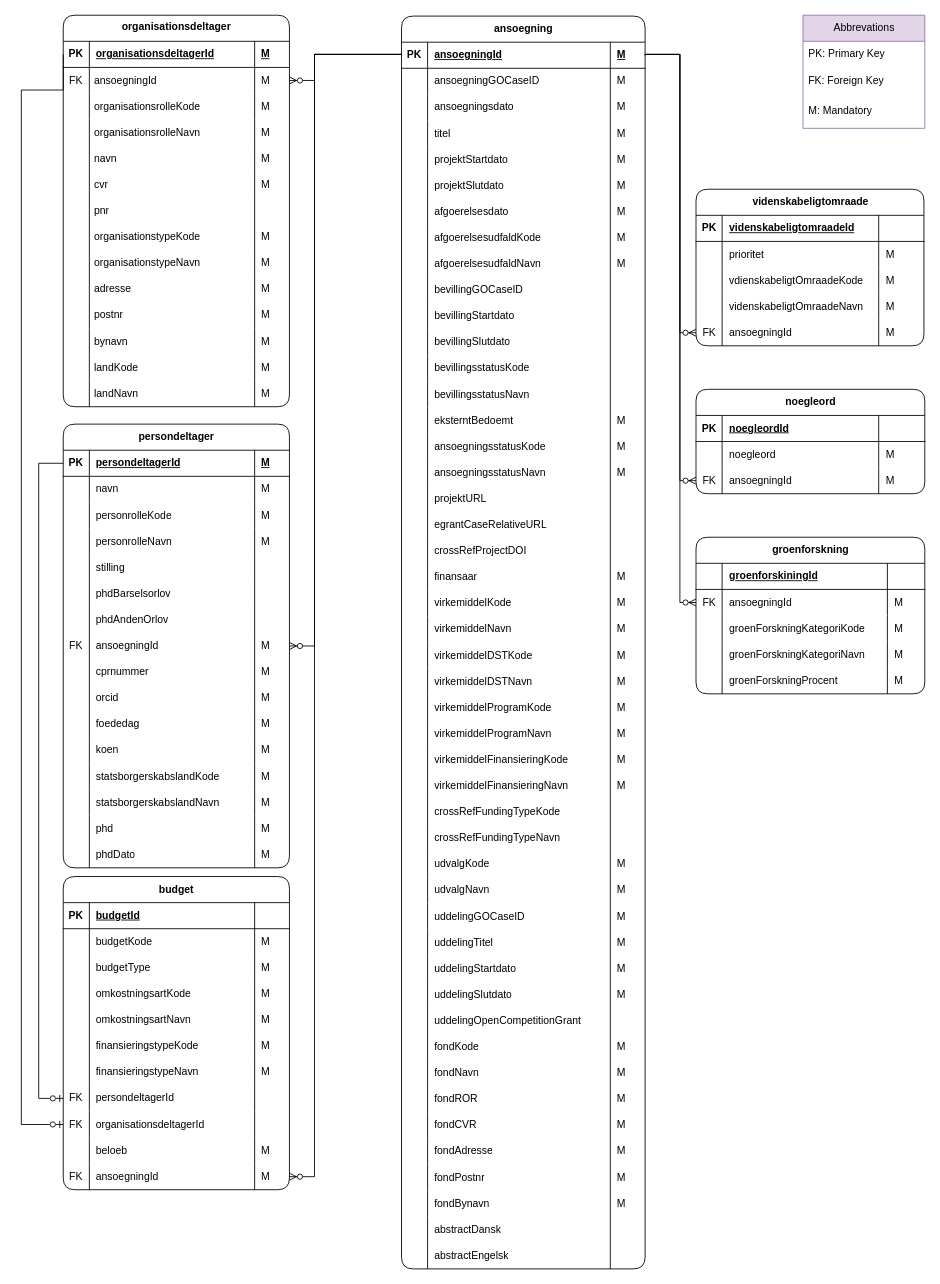
thomas-lange-dk/Grants keeps this draw.io diagram as page "NY Raw" (4 of 5) of Grants model.drawio. Above is the earlier version. Source tidied: cells renumbered, new cells numbered last; positions are measured from the earlier drawing's top-left corner, leaving out a move shared by most shapes. Both pictures are drawn from the tidied source at 87%, with x=0, y=0 at pixel (21, 15).
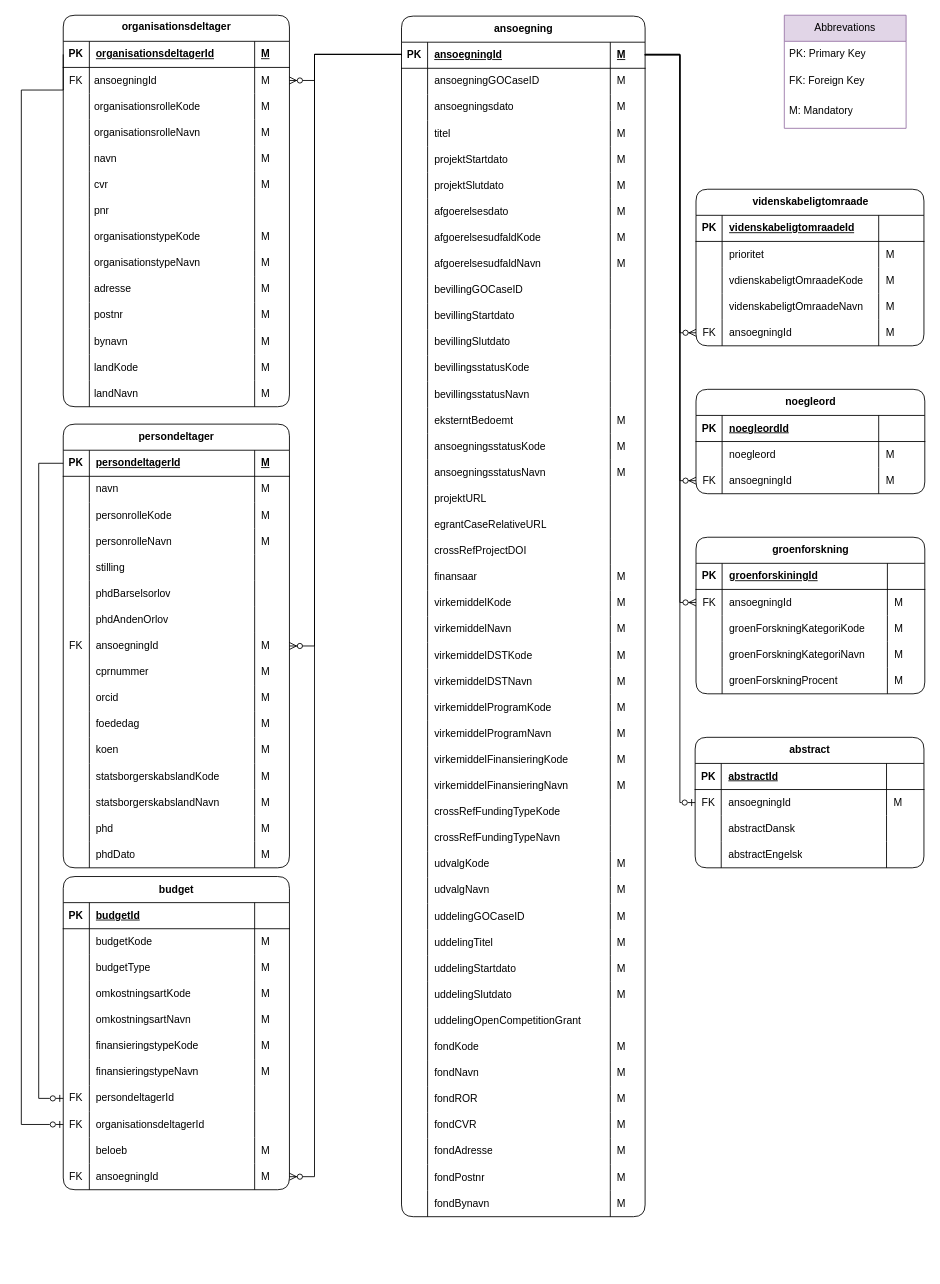
Above is the later version.

Unchanged cells that the change refers to:
```xml
<mxCell id="102" value="M" style="shape=partialRectangle;fillColor=none;top=0;left=0;bottom=0;right=0;align=left;spacingLeft=6;fontStyle=5;overflow=hidden;whiteSpace=wrap;html=1;shadow=0;" parent="99" vertex="1">
  <mxGeometry x="240" width="40" height="30" as="geometry" />
</mxCell>
<mxCell id="404" style="shape=tableRow;horizontal=0;startSize=0;swimlaneHead=0;swimlaneBody=0;fillColor=none;top=0;left=0;right=0;bottom=1;shadow=0;" parent="403" vertex="1">
  <mxGeometry y="30" width="263" height="30" as="geometry" />
</mxCell>
```

Change to the diagram source:
```diff
@@
     <mxCell id="94" value="Abbrevations" style="swimlane;fontStyle=0;horizontal=1;startSize=30;whiteSpace=wrap;html=1;fillColor=#e1d5e7;strokeColor=#9673a6;" parent="1" vertex="1">
-      <mxGeometry x="898.5" width="140" height="130" as="geometry" />
+      <mxGeometry x="877" width="140" height="130" as="geometry" />
     </mxCell>
@@
     <mxCell id="98" value="ansoegning" style="shape=table;startSize=30;childLayout=tableLayout;rowLines=0;fontStyle=1;align=center;html=1;swimlaneLine=1;shadow=0;rounded=1;swimlaneFillColor=none;" parent="1" vertex="1">
-      <mxGeometry x="437" y="1" width="280" height="1440" as="geometry" />
+      <mxGeometry x="437" y="1" width="280" height="1380" as="geometry" />
     </mxCell>
@@
-    <mxCell id="279" style="shape=tableRow;horizontal=0;startSize=0;swimlaneHead=0;swimlaneBody=0;fillColor=none;top=0;left=0;right=0;bottom=0;shadow=0;" parent="98" vertex="1">
-      <mxGeometry y="1380" width="280" height="30" as="geometry" />
-    </mxCell>
-    <mxCell id="280" style="shape=partialRectangle;fillColor=none;top=0;left=0;bottom=0;right=0;overflow=hidden;whiteSpace=wrap;html=1;shadow=0;" parent="279" vertex="1">
-      <mxGeometry width="30" height="30" as="geometry" />
-    </mxCell>
-    <mxCell id="281" value="abstractDansk" style="shape=partialRectangle;fillColor=none;top=0;left=0;bottom=0;right=0;align=left;spacingLeft=6;overflow=hidden;whiteSpace=wrap;html=1;shadow=0;" parent="279" vertex="1">
-      <mxGeometry x="30" width="210" height="30" as="geometry" />
-    </mxCell>
-    <mxCell id="282" style="shape=partialRectangle;fillColor=none;top=0;left=0;bottom=0;right=0;align=left;spacingLeft=6;overflow=hidden;whiteSpace=wrap;html=1;shadow=0;" parent="279" vertex="1">
-      <mxGeometry x="240" width="40" height="30" as="geometry" />
-    </mxCell>
-    <mxCell id="283" style="shape=tableRow;horizontal=0;startSize=0;swimlaneHead=0;swimlaneBody=0;fillColor=none;top=0;left=0;right=0;bottom=0;shadow=0;" parent="98" vertex="1">
-      <mxGeometry y="1410" width="280" height="30" as="geometry" />
-    </mxCell>
-    <mxCell id="284" style="shape=partialRectangle;fillColor=none;top=0;left=0;bottom=0;right=0;overflow=hidden;whiteSpace=wrap;html=1;shadow=0;" parent="283" vertex="1">
-      <mxGeometry width="30" height="30" as="geometry" />
-    </mxCell>
-    <mxCell id="285" value="abstractEngelsk" style="shape=partialRectangle;fillColor=none;top=0;left=0;bottom=0;right=0;align=left;spacingLeft=6;overflow=hidden;whiteSpace=wrap;html=1;shadow=0;" parent="283" vertex="1">
-      <mxGeometry x="30" width="210" height="30" as="geometry" />
-    </mxCell>
-    <mxCell id="286" style="shape=partialRectangle;fillColor=none;top=0;left=0;bottom=0;right=0;align=left;spacingLeft=6;overflow=hidden;whiteSpace=wrap;html=1;shadow=0;" parent="283" vertex="1">
-      <mxGeometry x="240" width="40" height="30" as="geometry" />
-    </mxCell>
@@
-    <mxCell id="405" style="shape=partialRectangle;fillColor=none;top=0;left=0;bottom=0;right=0;fontStyle=1;overflow=hidden;whiteSpace=wrap;html=1;shadow=0;" parent="404" vertex="1">
+    <mxCell id="405" value="PK" style="shape=partialRectangle;fillColor=none;top=0;left=0;bottom=0;right=0;fontStyle=1;overflow=hidden;whiteSpace=wrap;html=1;shadow=0;" parent="404" vertex="1">
       <mxGeometry width="30" height="30" as="geometry" />
     </mxCell>
@@
+    <mxCell id="425" value="abstract" style="shape=table;startSize=30;childLayout=tableLayout;rowLines=0;fontStyle=1;align=center;html=1;shadow=0;rounded=1;" parent="1" vertex="1">
+      <mxGeometry x="774.5" y="830" width="263" height="150" as="geometry" />
+    </mxCell>
+    <mxCell id="426" style="shape=tableRow;horizontal=0;startSize=0;swimlaneHead=0;swimlaneBody=0;fillColor=none;top=0;left=0;right=0;bottom=1;shadow=0;" parent="425" vertex="1">
+      <mxGeometry y="30" width="263" height="30" as="geometry" />
+    </mxCell>
+    <mxCell id="427" value="PK" style="shape=partialRectangle;fillColor=none;top=0;left=0;bottom=0;right=0;fontStyle=1;overflow=hidden;whiteSpace=wrap;html=1;shadow=0;" parent="426" vertex="1">
+      <mxGeometry width="30" height="30" as="geometry" />
+    </mxCell>
+    <mxCell id="428" value="abstractId" style="shape=partialRectangle;fillColor=none;top=0;left=0;bottom=0;right=0;align=left;spacingLeft=6;fontStyle=5;overflow=hidden;whiteSpace=wrap;html=1;shadow=0;" parent="426" vertex="1">
+      <mxGeometry x="30" width="190" height="30" as="geometry" />
+    </mxCell>
+    <mxCell id="429" style="shape=partialRectangle;fillColor=none;top=0;left=0;bottom=0;right=0;align=left;spacingLeft=6;fontStyle=5;overflow=hidden;whiteSpace=wrap;html=1;shadow=0;" parent="426" vertex="1">
+      <mxGeometry x="220" width="43" height="30" as="geometry" />
+    </mxCell>
+    <mxCell id="430" style="shape=tableRow;horizontal=0;startSize=0;swimlaneHead=0;swimlaneBody=0;fillColor=none;points=[[0,0.5],[1,0.5]];portConstraint=eastwest;top=0;left=0;right=0;bottom=0;shadow=0;" parent="425" vertex="1">
+      <mxGeometry y="60" width="263" height="30" as="geometry" />
+    </mxCell>
+    <mxCell id="431" value="FK" style="shape=partialRectangle;fillColor=none;top=0;left=0;bottom=0;right=0;overflow=hidden;whiteSpace=wrap;html=1;shadow=0;" parent="430" vertex="1">
+      <mxGeometry width="30" height="30" as="geometry" />
+    </mxCell>
+    <mxCell id="432" value="ansoegningId" style="shape=partialRectangle;fillColor=none;top=0;left=0;bottom=0;right=0;align=left;spacingLeft=6;overflow=hidden;whiteSpace=wrap;html=1;shadow=0;" parent="430" vertex="1">
+      <mxGeometry x="30" width="190" height="30" as="geometry" />
+    </mxCell>
+    <mxCell id="433" value="M" style="shape=partialRectangle;fillColor=none;top=0;left=0;bottom=0;right=0;align=left;spacingLeft=6;overflow=hidden;whiteSpace=wrap;html=1;shadow=0;" parent="430" vertex="1">
+      <mxGeometry x="220" width="43" height="30" as="geometry" />
+    </mxCell>
+    <mxCell id="434" style="shape=tableRow;horizontal=0;startSize=0;swimlaneHead=0;swimlaneBody=0;fillColor=none;top=0;left=0;right=0;bottom=0;shadow=0;" parent="425" vertex="1">
+      <mxGeometry y="90" width="263" height="30" as="geometry" />
+    </mxCell>
+    <mxCell id="435" style="shape=partialRectangle;fillColor=none;top=0;left=0;bottom=0;right=0;overflow=hidden;whiteSpace=wrap;html=1;shadow=0;" parent="434" vertex="1">
+      <mxGeometry width="30" height="30" as="geometry" />
+    </mxCell>
+    <mxCell id="281" value="abstractDansk" style="shape=partialRectangle;fillColor=none;top=0;left=0;bottom=0;right=0;align=left;spacingLeft=6;overflow=hidden;whiteSpace=wrap;html=1;shadow=0;" parent="434" vertex="1">
+      <mxGeometry x="30" width="190" height="30" as="geometry" />
+    </mxCell>
+    <mxCell id="436" style="shape=partialRectangle;fillColor=none;top=0;left=0;bottom=0;right=0;align=left;spacingLeft=6;overflow=hidden;whiteSpace=wrap;html=1;shadow=0;" parent="434" vertex="1">
+      <mxGeometry x="220" width="43" height="30" as="geometry" />
+    </mxCell>
+    <mxCell id="437" style="shape=tableRow;horizontal=0;startSize=0;swimlaneHead=0;swimlaneBody=0;fillColor=none;top=0;left=0;right=0;bottom=0;shadow=0;" parent="425" vertex="1">
+      <mxGeometry y="120" width="263" height="30" as="geometry" />
+    </mxCell>
+    <mxCell id="438" style="shape=partialRectangle;fillColor=none;top=0;left=0;bottom=0;right=0;overflow=hidden;whiteSpace=wrap;html=1;shadow=0;" parent="437" vertex="1">
+      <mxGeometry width="30" height="30" as="geometry" />
+    </mxCell>
+    <mxCell id="285" value="&lt;span style=&quot;color: rgb(0, 0, 0); font-family: Helvetica; font-size: 12px; font-style: normal; font-variant-ligatures: normal; font-variant-caps: normal; font-weight: 400; letter-spacing: normal; orphans: 2; text-align: left; text-indent: 0px; text-transform: none; widows: 2; word-spacing: 0px; -webkit-text-stroke-width: 0px; white-space: normal; text-decoration-thickness: initial; text-decoration-style: initial; text-decoration-color: initial; float: none; display: inline !important;&quot;&gt;abstractEngelsk&lt;/span&gt;" style="shape=partialRectangle;fillColor=none;top=0;left=0;bottom=0;right=0;align=left;spacingLeft=6;overflow=hidden;whiteSpace=wrap;html=1;shadow=0;" parent="437" vertex="1">
+      <mxGeometry x="30" width="190" height="30" as="geometry" />
+    </mxCell>
+    <mxCell id="439" style="shape=partialRectangle;fillColor=none;top=0;left=0;bottom=0;right=0;align=left;spacingLeft=6;overflow=hidden;whiteSpace=wrap;html=1;shadow=0;" parent="437" vertex="1">
+      <mxGeometry x="220" width="43" height="30" as="geometry" />
+    </mxCell>
+    <mxCell id="440" style="edgeStyle=orthogonalEdgeStyle;fontSize=12;html=1;endArrow=ERzeroToOne;endFill=0;rounded=0;shadow=0;entryX=0;entryY=0.5;entryDx=0;entryDy=0;exitX=1;exitY=0.5;exitDx=0;exitDy=0;" parent="1" edge="1" source="102" target="430">
+      <mxGeometry relative="1" as="geometry">
+        <Array as="points">
+          <mxPoint x="757" y="46" />
+          <mxPoint x="757" y="905" />
+        </Array>
+      </mxGeometry>
+    </mxCell>
```
